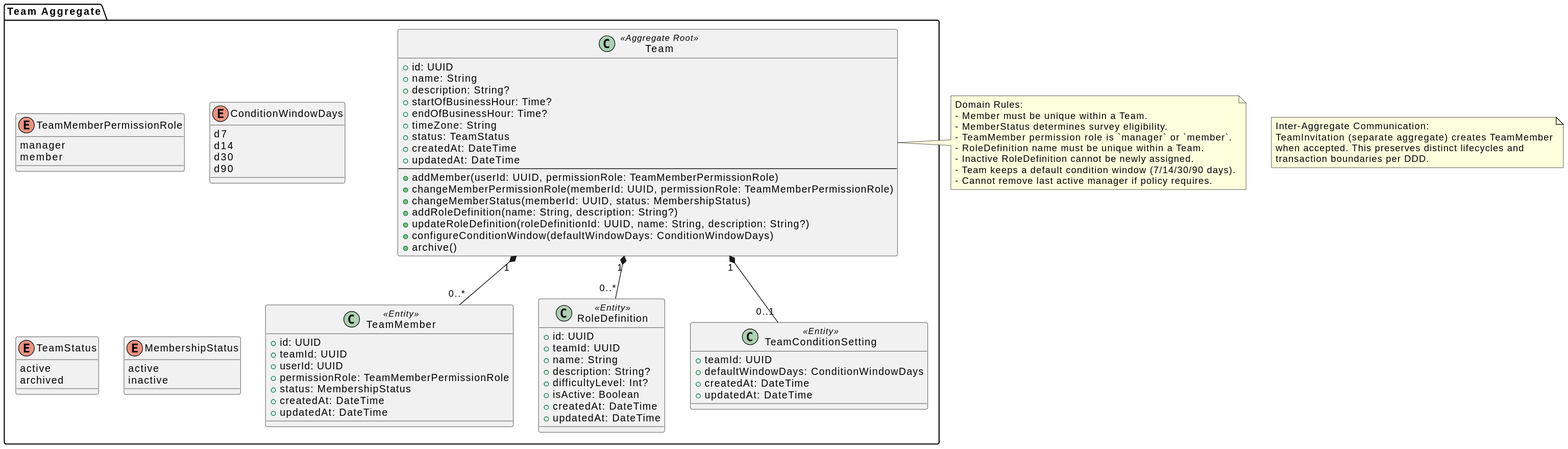
Before: docs/generated-diagrams/domain-models/team-aggregate.svg, a diagram exported from PlantUML (Bonbooon/teamdev-2026).
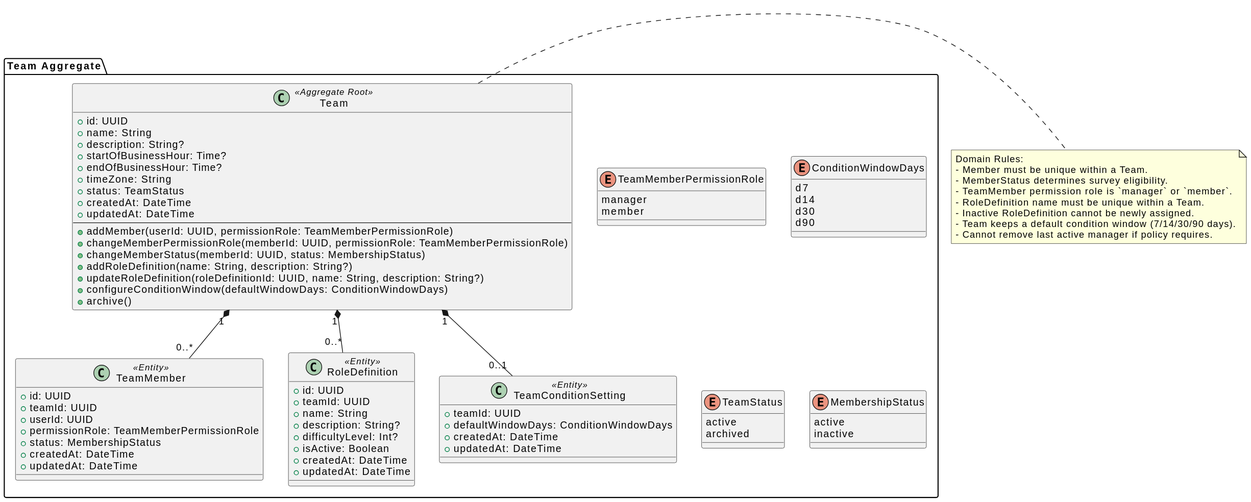
After the change.

Commit message:
Update trigger rule diagram: Adjust dimensions and positions for improved clarity and consistency

What changed in the source:
```diff
@@ -86,11 +86,4 @@
 - Team keeps a default condition window (7/14/30/90 days).
 - Cannot remove last active manager if policy requires.
 end note
-
-note as N1
-Inter-Aggregate Communication:
-TeamInvitation (separate aggregate) creates TeamMember
-when accepted. This preserves distinct lifecycles and
-transaction boundaries per DDD.
-end note
 @enduml
```
